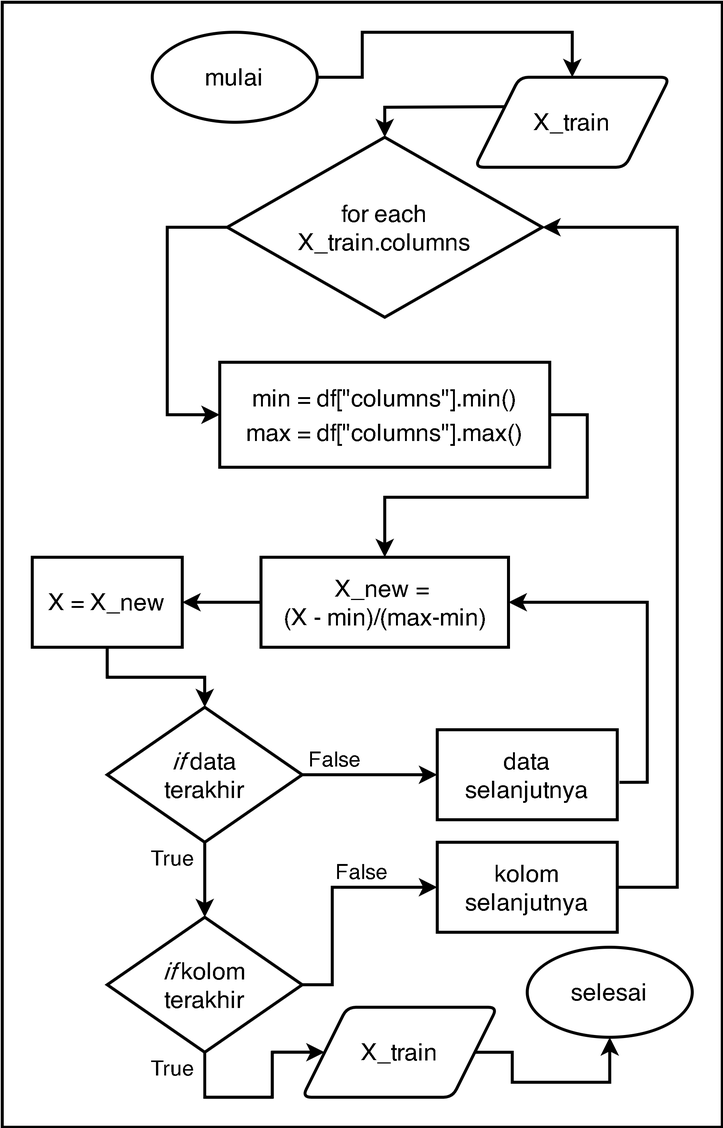
Before: Images/flowchart_normalisasi_minmax.png, a diagram exported from draw.io (rshby/skripsi). Source tidied: cells renumbered, new cells last; positions are measured from the earlier drawing's top-left corner, leaving out a move shared by most shapes.
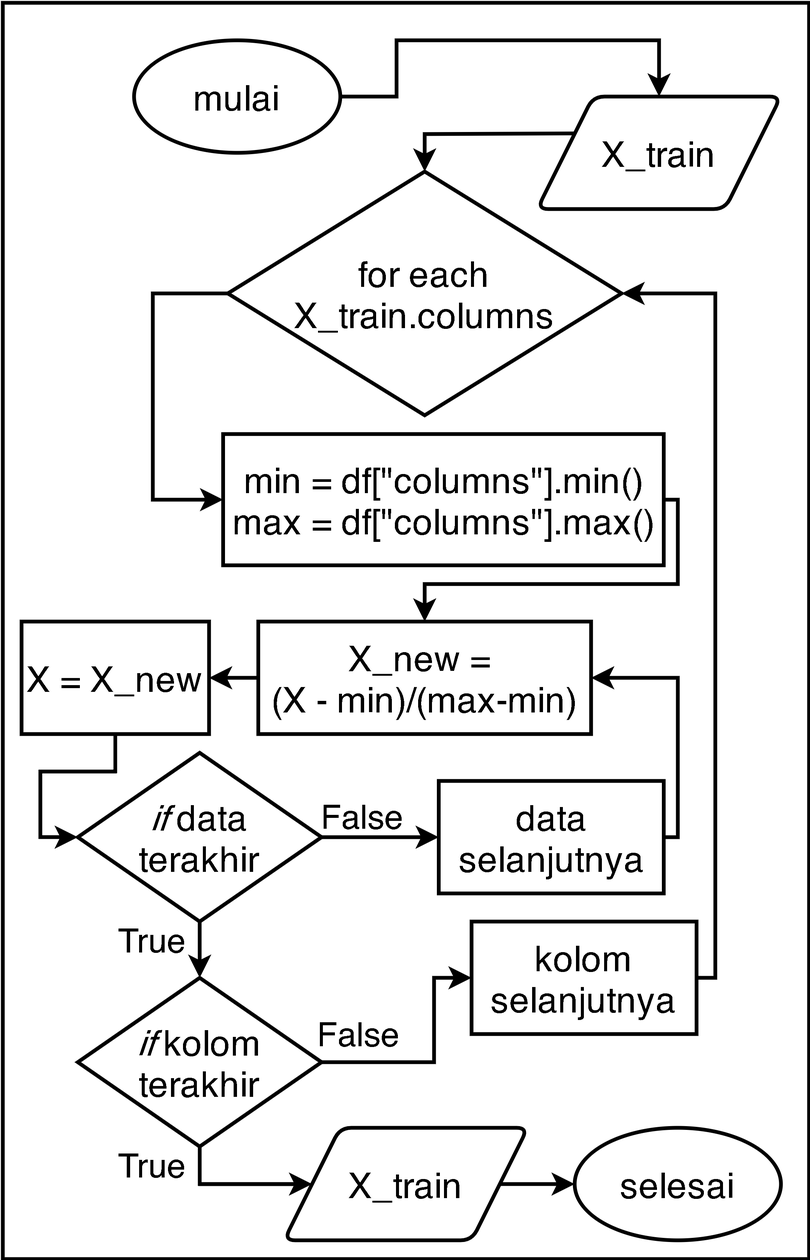
Later version of the same file.

Change to the diagram source:
```diff
@@ -2,150 +2,142 @@
   <root>
     <mxCell id="0" />
     <mxCell id="1" parent="0" />
-    <mxCell id="2" style="group;" parent="1" vertex="1">
-      <mxGeometry width="480" height="750" as="geometry" />
-    </mxCell>
-    <mxCell id="3" style="rounded=0;whiteSpace=wrap;html=1;strokeWidth=2;" parent="2" vertex="1">
-      <mxGeometry width="480" height="750" as="geometry" />
-    </mxCell>
+    <mxCell id="33" style="group;" parent="1" vertex="1">
+      <mxGeometry x="30" width="430" height="670" as="geometry" />
+    </mxCell>
+    <mxCell id="34" style="rounded=0;whiteSpace=wrap;html=1;fontSize=19;strokeWidth=2;" parent="33" vertex="1">
+      <mxGeometry width="430" height="670" as="geometry" />
+    </mxCell>
-    <mxCell id="4" value="&lt;font style=&quot;font-size: 16px&quot;&gt;mulai&lt;/font&gt;" style="ellipse;whiteSpace=wrap;html=1;strokeWidth=2;" parent="2" vertex="1">
-      <mxGeometry x="100" y="20" width="110" height="60" as="geometry" />
+    <mxCell id="4" value="&lt;font style=&quot;font-size: 19px&quot;&gt;mulai&lt;/font&gt;" style="ellipse;whiteSpace=wrap;html=1;strokeWidth=2;" parent="33" vertex="1">
+      <mxGeometry x="70" y="20" width="110" height="60" as="geometry" />
     </mxCell>
-    <mxCell id="5" value="&lt;font style=&quot;font-size: 16px&quot;&gt;selesai&lt;/font&gt;" style="ellipse;whiteSpace=wrap;html=1;strokeWidth=2;" parent="2" vertex="1">
-      <mxGeometry x="350" y="630" width="110" height="60" as="geometry" />
+    <mxCell id="5" value="&lt;font style=&quot;font-size: 19px&quot;&gt;selesai&lt;/font&gt;" style="ellipse;whiteSpace=wrap;html=1;strokeWidth=2;" parent="33" vertex="1">
+      <mxGeometry x="305" y="600" width="110" height="60" as="geometry" />
     </mxCell>
-    <mxCell id="6" value="&lt;font style=&quot;font-size: 16px&quot;&gt;X_train&lt;/font&gt;" style="shape=parallelogram;html=1;strokeWidth=2;perimeter=parallelogramPerimeter;whiteSpace=wrap;rounded=1;arcSize=12;size=0.23;" parent="2" vertex="1">
-      <mxGeometry x="315" y="50" width="130" height="60" as="geometry" />
+    <mxCell id="6" value="&lt;font style=&quot;font-size: 19px&quot;&gt;X_train&lt;/font&gt;" style="shape=parallelogram;html=1;strokeWidth=2;perimeter=parallelogramPerimeter;whiteSpace=wrap;rounded=1;arcSize=12;size=0.23;" parent="33" vertex="1">
+      <mxGeometry x="285" y="50" width="130" height="60" as="geometry" />
     </mxCell>
-    <mxCell id="7" style="endArrow=classic;html=1;exitX=1;exitY=0.5;exitDx=0;exitDy=0;strokeWidth=2;entryX=0.5;entryY=0;entryDx=0;entryDy=0;rounded=0;" parent="2" edge="1" source="4" target="6">
-      <mxGeometry x="80" y="-40" as="geometry">
+    <mxCell id="7" style="endArrow=classic;html=1;exitX=1;exitY=0.5;exitDx=0;exitDy=0;strokeWidth=2;entryX=0.5;entryY=0;entryDx=0;entryDy=0;rounded=0;" parent="33" edge="1" source="4" target="6">
+      <mxGeometry x="50" y="-40" as="geometry">
         <Array as="points">
-          <mxPoint x="240" y="50" />
-          <mxPoint x="240" y="20" />
-          <mxPoint x="380" y="20" />
+          <mxPoint x="210" y="50" />
+          <mxPoint x="210" y="20" />
+          <mxPoint x="350" y="20" />
         </Array>
       </mxGeometry>
     </mxCell>
-    <mxCell id="8" value="&lt;font style=&quot;font-size: 16px&quot;&gt;kolom selanjutnya&lt;/font&gt;" style="rounded=0;whiteSpace=wrap;html=1;strokeWidth=2;" parent="2" vertex="1">
-      <mxGeometry x="290" y="560" width="120" height="60" as="geometry" />
+    <mxCell id="8" value="&lt;font style=&quot;font-size: 19px&quot;&gt;kolom selanjutnya&lt;/font&gt;" style="rounded=0;whiteSpace=wrap;html=1;strokeWidth=2;" parent="33" vertex="1">
+      <mxGeometry x="250" y="490" width="120" height="60" as="geometry" />
     </mxCell>
-    <mxCell id="9" value="&lt;font style=&quot;font-size: 16px&quot;&gt;&lt;i&gt;if&lt;/i&gt; kolom&lt;br&gt;terakhir&lt;/font&gt;" style="rhombus;whiteSpace=wrap;html=1;strokeWidth=2;" parent="2" vertex="1">
-      <mxGeometry x="70" y="610" width="130" height="90" as="geometry" />
+    <mxCell id="9" value="&lt;font style=&quot;font-size: 19px&quot;&gt;&lt;i&gt;if&lt;/i&gt; kolom&lt;br&gt;terakhir&lt;/font&gt;" style="rhombus;whiteSpace=wrap;html=1;strokeWidth=2;" parent="33" vertex="1">
+      <mxGeometry x="40" y="520" width="130" height="90" as="geometry" />
     </mxCell>
-    <mxCell id="10" value="&lt;font style=&quot;font-size: 16px&quot;&gt;for each&lt;br&gt;X_train.columns&lt;/font&gt;" style="rhombus;whiteSpace=wrap;html=1;strokeWidth=2;" parent="2" vertex="1">
-      <mxGeometry x="150" y="90" width="210" height="120" as="geometry" />
+    <mxCell id="10" value="&lt;font style=&quot;font-size: 19px&quot;&gt;for each&lt;br&gt;X_train.columns&lt;/font&gt;" style="rhombus;whiteSpace=wrap;html=1;strokeWidth=2;" parent="33" vertex="1">
+      <mxGeometry x="120" y="90" width="210" height="130" as="geometry" />
     </mxCell>
-    <mxCell id="11" style="endArrow=classic;html=1;exitX=0;exitY=0.25;exitDx=0;exitDy=0;entryX=0.5;entryY=0;entryDx=0;entryDy=0;strokeWidth=2;rounded=0;" parent="2" edge="1" source="6" target="10">
-      <mxGeometry as="geometry">
+    <mxCell id="11" style="endArrow=classic;html=1;exitX=0;exitY=0.25;exitDx=0;exitDy=0;entryX=0.5;entryY=0;entryDx=0;entryDy=0;strokeWidth=2;rounded=0;" parent="33" edge="1" source="6" target="10">
+      <mxGeometry x="-30" as="geometry">
         <Array as="points">
-          <mxPoint x="255" y="70" />
+          <mxPoint x="225" y="70" />
         </Array>
       </mxGeometry>
     </mxCell>
-    <mxCell id="12" style="endArrow=classic;html=1;strokeWidth=2;exitX=0;exitY=0.5;exitDx=0;exitDy=0;entryX=0;entryY=0.5;entryDx=0;entryDy=0;rounded=0;" parent="2" edge="1" source="10" target="31">
-      <mxGeometry x="90" y="-220" as="geometry">
+    <mxCell id="12" style="endArrow=classic;html=1;strokeWidth=2;exitX=0;exitY=0.5;exitDx=0;exitDy=0;entryX=0;entryY=0.5;entryDx=0;entryDy=0;rounded=0;" parent="33" edge="1" source="10" target="31">
+      <mxGeometry x="60" y="-220" as="geometry">
         <Array as="points">
-          <mxPoint x="110" y="150" />
-          <mxPoint x="110" y="275" />
+          <mxPoint x="80" y="155" />
+          <mxPoint x="80" y="265" />
         </Array>
       </mxGeometry>
     </mxCell>
-    <mxCell id="13" value="&lt;font style=&quot;font-size: 16px&quot;&gt;X_new = &lt;br&gt;(X - min)/(max-min)&lt;/font&gt;" style="rounded=0;whiteSpace=wrap;html=1;strokeWidth=2;" parent="2" vertex="1">
-      <mxGeometry x="172.5" y="370" width="165" height="60" as="geometry" />
+    <mxCell id="13" value="&lt;font style=&quot;font-size: 19px&quot;&gt;X_new = &lt;br&gt;(X - min)/(max-min)&lt;/font&gt;" style="rounded=0;whiteSpace=wrap;html=1;strokeWidth=2;" parent="33" vertex="1">
+      <mxGeometry x="136.2" y="330" width="177.5" height="60" as="geometry" />
     </mxCell>
-    <mxCell id="14" value="&lt;font style=&quot;font-size: 16px&quot;&gt;&lt;i&gt;if&lt;/i&gt; data&lt;br&gt;terakhir&lt;/font&gt;" style="rhombus;whiteSpace=wrap;html=1;strokeWidth=2;" parent="2" vertex="1">
-      <mxGeometry x="70" y="470" width="130" height="90" as="geometry" />
+    <mxCell id="14" value="&lt;font style=&quot;font-size: 19px&quot;&gt;&lt;i&gt;if&lt;/i&gt; data&lt;br&gt;terakhir&lt;/font&gt;" style="rhombus;whiteSpace=wrap;html=1;strokeWidth=2;" parent="33" vertex="1">
+      <mxGeometry x="40" y="400" width="130" height="90" as="geometry" />
     </mxCell>
-    <mxCell id="15" value="&lt;font style=&quot;font-size: 16px&quot;&gt;data&lt;br&gt;selanjutnya&lt;/font&gt;" style="rounded=0;whiteSpace=wrap;html=1;strokeWidth=2;" parent="2" vertex="1">
-      <mxGeometry x="290" y="485" width="120" height="60" as="geometry" />
+    <mxCell id="15" value="&lt;font style=&quot;font-size: 19px&quot;&gt;data&lt;br&gt;selanjutnya&lt;/font&gt;" style="rounded=0;whiteSpace=wrap;html=1;strokeWidth=2;" parent="33" vertex="1">
+      <mxGeometry x="232.5" y="415" width="120" height="60" as="geometry" />
     </mxCell>
-    <mxCell id="16" style="endArrow=classic;html=1;strokeWidth=2;exitX=0.5;exitY=1;exitDx=0;exitDy=0;entryX=0.5;entryY=0;entryDx=0;entryDy=0;rounded=0;" parent="2" edge="1" source="22" target="14">
-      <mxGeometry as="geometry">
+    <mxCell id="16" style="endArrow=classic;html=1;strokeWidth=2;exitX=0.5;exitY=1;exitDx=0;exitDy=0;entryX=0;entryY=0.5;entryDx=0;entryDy=0;rounded=0;" parent="33" edge="1" source="22" target="14">
+      <mxGeometry x="60" y="-220" as="geometry">
         <Array as="points">
-          <mxPoint x="70" y="450" />
-          <mxPoint x="135" y="450" />
+          <mxPoint x="60" y="410" />
+          <mxPoint x="20" y="410" />
+          <mxPoint x="20" y="445" />
         </Array>
       </mxGeometry>
     </mxCell>
-    <mxCell id="17" style="endArrow=classic;html=1;strokeWidth=2;exitX=1;exitY=0.5;exitDx=0;exitDy=0;entryX=0;entryY=0.5;entryDx=0;entryDy=0;" parent="2" edge="1" source="14" target="15">
-      <mxGeometry as="geometry" />
+    <mxCell id="17" style="endArrow=classic;html=1;strokeWidth=2;exitX=1;exitY=0.5;exitDx=0;exitDy=0;entryX=0;entryY=0.5;entryDx=0;entryDy=0;" parent="33" edge="1" source="14" target="15">
+      <mxGeometry x="-30" y="-70" as="geometry" />
     </mxCell>
-    <mxCell id="18" style="endArrow=classic;html=1;strokeWidth=2;exitX=1.012;exitY=0.584;exitDx=0;exitDy=0;entryX=1;entryY=0.5;entryDx=0;entryDy=0;rounded=0;exitPerimeter=0;" parent="2" edge="1" source="15" target="13">
-      <mxGeometry as="geometry">
+    <mxCell id="18" style="endArrow=classic;html=1;strokeWidth=2;exitX=1;exitY=0.5;exitDx=0;exitDy=0;entryX=1;entryY=0.5;entryDx=0;entryDy=0;rounded=0;" parent="33" edge="1" source="15" target="13">
+      <mxGeometry x="-30" as="geometry">
         <Array as="points">
-          <mxPoint x="430" y="520" />
-          <mxPoint x="430" y="400" />
+          <mxPoint x="360" y="445" />
+          <mxPoint x="360" y="360" />
         </Array>
       </mxGeometry>
     </mxCell>
-    <mxCell id="19" style="endArrow=classic;html=1;strokeWidth=2;exitX=0.5;exitY=1;exitDx=0;exitDy=0;entryX=0.5;entryY=0;entryDx=0;entryDy=0;" parent="2" edge="1" source="14" target="9">
-      <mxGeometry as="geometry" />
+    <mxCell id="19" style="endArrow=classic;html=1;strokeWidth=2;exitX=0.5;exitY=1;exitDx=0;exitDy=0;entryX=0.5;entryY=0;entryDx=0;entryDy=0;" parent="33" edge="1" source="14" target="9">
+      <mxGeometry x="-30" as="geometry" />
     </mxCell>
-    <mxCell id="20" style="endArrow=classic;html=1;strokeWidth=2;exitX=1;exitY=0.5;exitDx=0;exitDy=0;entryX=0;entryY=0.5;entryDx=0;entryDy=0;rounded=0;" parent="2" edge="1" source="9" target="8">
-      <mxGeometry as="geometry">
+    <mxCell id="20" style="endArrow=classic;html=1;strokeWidth=2;exitX=1;exitY=0.5;exitDx=0;exitDy=0;entryX=0;entryY=0.5;entryDx=0;entryDy=0;rounded=0;" parent="33" edge="1" source="9" target="8">
+      <mxGeometry x="60" y="-220" as="geometry">
         <Array as="points">
-          <mxPoint x="220" y="655" />
-          <mxPoint x="220" y="590" />
+          <mxPoint x="230" y="565" />
+          <mxPoint x="230" y="520" />
         </Array>
       </mxGeometry>
     </mxCell>
-    <mxCell id="21" style="endArrow=classic;html=1;strokeWidth=2;exitX=1;exitY=0.5;exitDx=0;exitDy=0;rounded=0;" parent="2" edge="1" source="8">
-      <mxGeometry as="geometry">
-        <mxPoint x="360" y="150" as="targetPoint" />
+    <mxCell id="21" style="endArrow=classic;html=1;strokeWidth=2;exitX=1;exitY=0.5;exitDx=0;exitDy=0;rounded=0;entryX=1;entryY=0.5;entryDx=0;entryDy=0;" parent="33" edge="1" source="8" target="10">
+      <mxGeometry x="-30" as="geometry">
         <Array as="points">
-          <mxPoint x="450" y="590" />
-          <mxPoint x="450" y="150" />
+          <mxPoint x="380" y="520" />
+          <mxPoint x="380" y="155" />
         </Array>
       </mxGeometry>
     </mxCell>
-    <mxCell id="22" value="&lt;span style=&quot;font-size: 16px&quot;&gt;X = X_new&lt;/span&gt;" style="rounded=0;whiteSpace=wrap;html=1;strokeWidth=2;" parent="2" vertex="1">
-      <mxGeometry x="20" y="370" width="100" height="60" as="geometry" />
+    <mxCell id="22" value="&lt;font style=&quot;font-size: 19px&quot;&gt;X = X_new&lt;/font&gt;" style="rounded=0;whiteSpace=wrap;html=1;strokeWidth=2;" parent="33" vertex="1">
+      <mxGeometry x="10" y="330" width="100" height="60" as="geometry" />
     </mxCell>
-    <mxCell id="23" style="endArrow=classic;html=1;strokeWidth=2;exitX=0;exitY=0.5;exitDx=0;exitDy=0;entryX=1;entryY=0.5;entryDx=0;entryDy=0;" parent="2" edge="1" source="13" target="22">
-      <mxGeometry as="geometry" />
+    <mxCell id="23" style="endArrow=classic;html=1;strokeWidth=2;exitX=0;exitY=0.5;exitDx=0;exitDy=0;entryX=1;entryY=0.5;entryDx=0;entryDy=0;" parent="33" edge="1" source="13" target="22">
+      <mxGeometry x="-30" as="geometry" />
     </mxCell>
-    <mxCell id="24" style="endArrow=classic;html=1;strokeWidth=2;exitX=0.5;exitY=1;exitDx=0;exitDy=0;entryX=0;entryY=0.5;entryDx=0;entryDy=0;rounded=0;" parent="2" edge="1" source="9" target="29">
-      <mxGeometry x="90" y="-220" as="geometry">
+    <mxCell id="24" style="endArrow=classic;html=1;strokeWidth=2;exitX=0.5;exitY=1;exitDx=0;exitDy=0;entryX=0;entryY=0.5;entryDx=0;entryDy=0;rounded=0;" parent="33" edge="1" source="9" target="29">
+      <mxGeometry x="60" y="-220" as="geometry">
         <Array as="points">
-          <mxPoint x="135" y="730" />
-          <mxPoint x="180" y="730" />
-          <mxPoint x="180" y="700" />
+          <mxPoint x="105" y="630" />
         </Array>
       </mxGeometry>
     </mxCell>
-    <mxCell id="25" value="&lt;font style=&quot;font-size: 14px&quot;&gt;True&lt;/font&gt;" style="text;html=1;strokeColor=none;fillColor=none;align=center;verticalAlign=middle;whiteSpace=wrap;rounded=0;" parent="2" vertex="1">
-      <mxGeometry x="94" y="560" width="40" height="20" as="geometry" />
+    <mxCell id="25" value="&lt;font style=&quot;font-size: 18px&quot;&gt;True&lt;/font&gt;" style="text;html=1;strokeColor=none;fillColor=none;align=center;verticalAlign=middle;whiteSpace=wrap;rounded=0;" parent="33" vertex="1">
+      <mxGeometry x="60" y="490" width="40" height="20" as="geometry" />
     </mxCell>
-    <mxCell id="26" value="&lt;font style=&quot;font-size: 14px&quot;&gt;True&lt;/font&gt;" style="text;html=1;strokeColor=none;fillColor=none;align=center;verticalAlign=middle;whiteSpace=wrap;rounded=0;" parent="2" vertex="1">
-      <mxGeometry x="94" y="700" width="40" height="20" as="geometry" />
+    <mxCell id="26" value="&lt;font style=&quot;font-size: 18px&quot;&gt;True&lt;/font&gt;" style="text;html=1;strokeColor=none;fillColor=none;align=center;verticalAlign=middle;whiteSpace=wrap;rounded=0;" parent="33" vertex="1">
+      <mxGeometry x="60" y="610" width="40" height="20" as="geometry" />
     </mxCell>
-    <mxCell id="27" value="&lt;font style=&quot;font-size: 14px&quot;&gt;False&lt;/font&gt;" style="text;html=1;strokeColor=none;fillColor=none;align=center;verticalAlign=middle;whiteSpace=wrap;rounded=0;" parent="2" vertex="1">
-      <mxGeometry x="220" y="569" width="40" height="20" as="geometry" />
+    <mxCell id="27" value="&lt;font style=&quot;font-size: 18px&quot;&gt;False&lt;/font&gt;" style="text;html=1;strokeColor=none;fillColor=none;align=center;verticalAlign=middle;whiteSpace=wrap;rounded=0;" parent="33" vertex="1">
+      <mxGeometry x="170" y="540" width="40" height="20" as="geometry" />
     </mxCell>
-    <mxCell id="28" value="&lt;font style=&quot;font-size: 14px&quot;&gt;False&lt;/font&gt;" style="text;html=1;strokeColor=none;fillColor=none;align=center;verticalAlign=middle;whiteSpace=wrap;rounded=0;" parent="2" vertex="1">
-      <mxGeometry x="202" y="494" width="40" height="20" as="geometry" />
+    <mxCell id="28" value="&lt;font style=&quot;font-size: 18px&quot;&gt;False&lt;/font&gt;" style="text;html=1;strokeColor=none;fillColor=none;align=center;verticalAlign=middle;whiteSpace=wrap;rounded=0;" parent="33" vertex="1">
+      <mxGeometry x="172" y="424" width="40" height="20" as="geometry" />
     </mxCell>
-    <mxCell id="29" value="&lt;font style=&quot;font-size: 16px&quot;&gt;X_train&lt;/font&gt;" style="shape=parallelogram;html=1;strokeWidth=2;perimeter=parallelogramPerimeter;whiteSpace=wrap;rounded=1;arcSize=12;size=0.23;" parent="2" vertex="1">
-      <mxGeometry x="200" y="670" width="130" height="60" as="geometry" />
+    <mxCell id="29" value="&lt;font style=&quot;font-size: 19px&quot;&gt;X_train&lt;/font&gt;" style="shape=parallelogram;html=1;strokeWidth=2;perimeter=parallelogramPerimeter;whiteSpace=wrap;rounded=1;arcSize=12;size=0.23;" parent="33" vertex="1">
+      <mxGeometry x="150" y="600" width="130" height="60" as="geometry" />
     </mxCell>
-    <mxCell id="30" style="endArrow=classic;html=1;exitX=1;exitY=0.5;exitDx=0;exitDy=0;entryX=0.5;entryY=1;entryDx=0;entryDy=0;strokeWidth=2;rounded=0;" parent="2" edge="1" source="29" target="5">
-      <mxGeometry as="geometry">
-        <Array as="points">
-          <mxPoint x="340" y="700" />
-          <mxPoint x="340" y="720" />
-          <mxPoint x="405" y="720" />
-        </Array>
-      </mxGeometry>
+    <mxCell id="30" style="endArrow=classic;html=1;exitX=1;exitY=0.5;exitDx=0;exitDy=0;entryX=0;entryY=0.5;entryDx=0;entryDy=0;strokeWidth=2;rounded=0;" parent="33" edge="1" source="29" target="5">
+      <mxGeometry x="60" y="-220" as="geometry" />
     </mxCell>
-    <mxCell id="31" value="&lt;span style=&quot;font-size: 16px&quot;&gt;min = df[&quot;columns&quot;].min()&lt;/span&gt;&lt;br style=&quot;font-size: 16px&quot;&gt;&lt;span style=&quot;font-size: 16px&quot;&gt;max = df[&quot;columns&quot;].max()&lt;/span&gt;" style="rounded=0;whiteSpace=wrap;html=1;strokeWidth=2;" parent="2" vertex="1">
-      <mxGeometry x="145" y="240" width="220" height="70" as="geometry" />
+    <mxCell id="31" value="&lt;font style=&quot;font-size: 19px&quot;&gt;min = df[&quot;columns&quot;].min()&lt;br&gt;max = df[&quot;columns&quot;].max()&lt;/font&gt;" style="rounded=0;whiteSpace=wrap;html=1;strokeWidth=2;" parent="33" vertex="1">
+      <mxGeometry x="117.5" y="230" width="235" height="70" as="geometry" />
     </mxCell>
-    <mxCell id="32" style="endArrow=classic;html=1;strokeWidth=2;exitX=1;exitY=0.5;exitDx=0;exitDy=0;entryX=0.5;entryY=0;entryDx=0;entryDy=0;rounded=0;" parent="2" edge="1" source="31" target="13">
-      <mxGeometry as="geometry">
+    <mxCell id="32" style="endArrow=classic;html=1;strokeWidth=2;exitX=1;exitY=0.5;exitDx=0;exitDy=0;entryX=0.5;entryY=0;entryDx=0;entryDy=0;rounded=0;" parent="33" edge="1" source="31" target="13">
+      <mxGeometry x="-30" as="geometry">
         <Array as="points">
-          <mxPoint x="390" y="275" />
-          <mxPoint x="390" y="330" />
-          <mxPoint x="255" y="330" />
+          <mxPoint x="360" y="265" />
+          <mxPoint x="360" y="310" />
+          <mxPoint x="225" y="310" />
         </Array>
       </mxGeometry>
     </mxCell>
```
